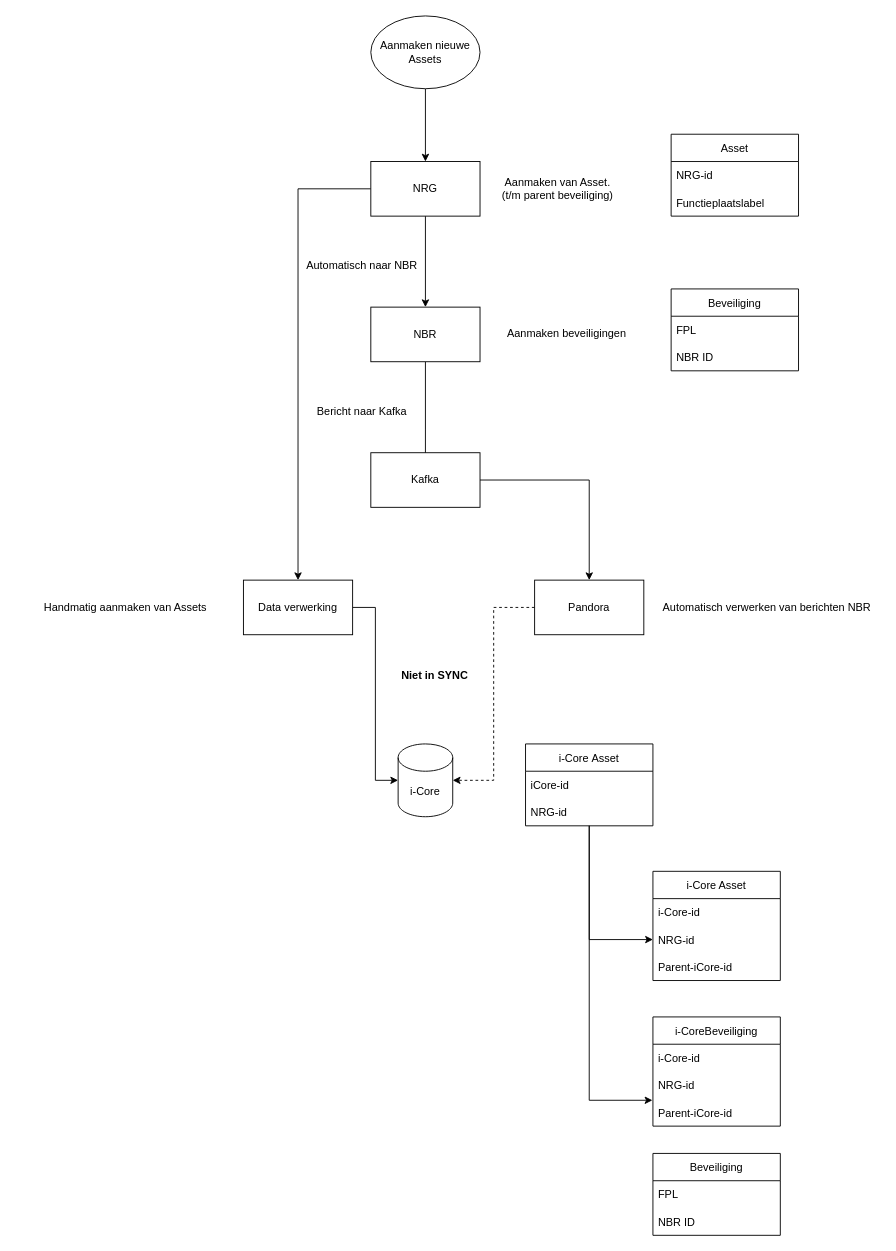
Earlier version of the draw.io diagram Diagrams/Untitled Diagram.drawio (eleemans/Diagrams). Source tidied: cells renumbered, new cells numbered last; positions are measured from the earlier drawing's top-left corner, leaving out a move shared by most shapes. Both pictures are drawn from the tidied source at 91%, with x=0, y=0 at pixel (34, 15).
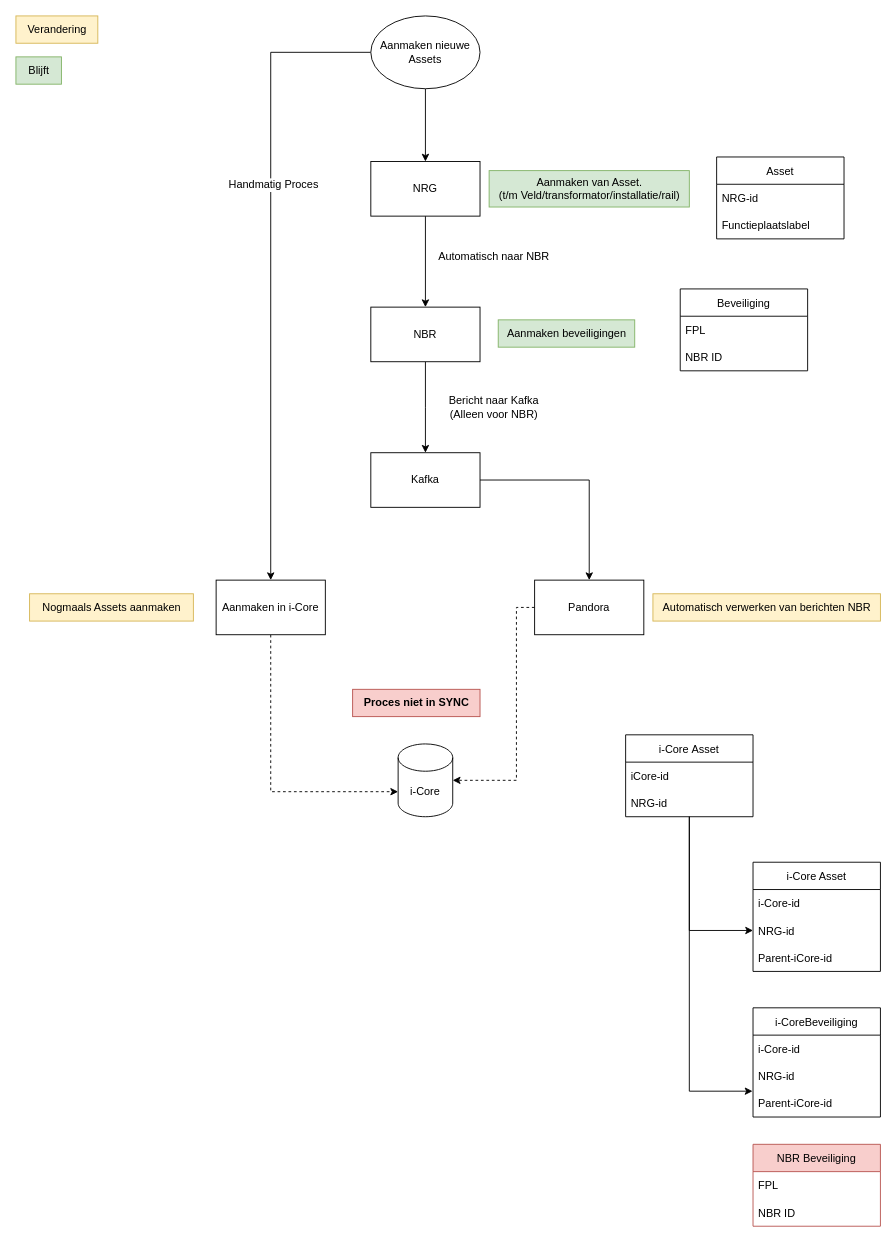
The same diagram, later.

Unchanged cells that the change refers to:
```xml
<mxCell id="4" value="NRG" style="rounded=0;whiteSpace=wrap;html=1;" parent="1" vertex="1">
  <mxGeometry x="370" y="160" width="120" height="60" as="geometry" />
</mxCell>
<mxCell id="6" value="Pandora" style="rounded=0;whiteSpace=wrap;html=1;" parent="1" vertex="1">
  <mxGeometry x="550" y="620" width="120" height="60" as="geometry" />
</mxCell>
<mxCell id="7" value="i-Core" style="shape=cylinder3;whiteSpace=wrap;html=1;boundedLbl=1;backgroundOutline=1;size=15;" parent="1" vertex="1">
  <mxGeometry x="400" y="800" width="60" height="80" as="geometry" />
</mxCell>
<mxCell id="10" value="Aanmaken nieuwe Assets" style="ellipse;whiteSpace=wrap;html=1;" parent="1" vertex="1">
  <mxGeometry x="370" width="120" height="80" as="geometry" />
</mxCell>
<mxCell id="15" value="NBR" style="rounded=0;whiteSpace=wrap;html=1;" parent="1" vertex="1">
  <mxGeometry x="370" y="320" width="120" height="60" as="geometry" />
</mxCell>
```

The edit, as a diff of the source:
```diff
@@
-    <mxCell id="3" style="edgeStyle=orthogonalEdgeStyle;rounded=0;jettySize=auto;html=1;" parent="1" edge="1" source="4" target="26">
-      <mxGeometry relative="1" as="geometry" />
+    <mxCell id="3" style="edgeStyle=orthogonalEdgeStyle;rounded=0;jettySize=auto;html=1;exitX=0;exitY=0.5;exitDx=0;exitDy=0;fillColor=#1ba1e2;strokeColor=#000000;entryX=0.5;entryY=0;entryDx=0;entryDy=0;" parent="1" edge="1" source="10" target="49">
+      <mxGeometry relative="1" as="geometry">
+        <Array as="points">
+          <mxPoint x="260" y="40" />
+        </Array>
+      </mxGeometry>
     </mxCell>
+    <mxCell id="45" value="Handmatig Proces" style="edgeLabel;html=1;align=center;verticalAlign=middle;fontSize=12;" parent="3" vertex="1">
+      <mxGeometry x="-0.26" y="2" relative="1" as="geometry" />
+    </mxCell>
@@
     <mxCell id="5" style="edgeStyle=orthogonalEdgeStyle;rounded=0;jettySize=auto;html=1;exitX=0;exitY=0.5;exitDx=0;exitDy=0;entryX=1;entryY=0.5;entryDx=0;entryDy=0;entryPerimeter=0;dashed=1;" parent="1" edge="1" source="6" target="7">
-      <mxGeometry relative="1" as="geometry" />
+      <mxGeometry relative="1" as="geometry">
+        <Array as="points">
+          <mxPoint x="530" y="650" />
+          <mxPoint x="530" y="840" />
+        </Array>
+      </mxGeometry>
     </mxCell>
@@
-    <mxCell id="8" value="Aanmaken van Asset.&lt;br&gt;(t/m parent beveiliging)" style="text;html=1;align=center;verticalAlign=middle;strokeColor=none;fillColor=none;" parent="1" vertex="1">
-      <mxGeometry x="500" y="170" width="150" height="40" as="geometry" />
+    <mxCell id="8" value="Aanmaken van Asset.&lt;br&gt;(t/m Veld/transformator/installatie/rail)" style="text;html=1;align=center;verticalAlign=middle;strokeColor=#82b366;fillColor=#d5e8d4;" parent="1" vertex="1">
+      <mxGeometry x="500" y="170" width="220" height="40" as="geometry" />
     </mxCell>
@@
     <mxCell id="11" value="Asset" style="swimlane;fontStyle=0;horizontal=1;startSize=30;" parent="1" vertex="1">
-      <mxGeometry x="700" y="130" width="140" height="90" as="geometry" />
+      <mxGeometry x="750" y="155" width="140" height="90" as="geometry" />
     </mxCell>
@@
     <mxCell id="14" style="edgeStyle=orthogonalEdgeStyle;rounded=0;jettySize=auto;html=1;" parent="1" edge="1" source="15">
       <mxGeometry relative="1" as="geometry">
-        <mxPoint x="430" y="530" as="targetPoint" />
+        <mxPoint x="430" y="480" as="targetPoint" />
       </mxGeometry>
     </mxCell>
@@
     <mxCell id="16" value="Automatisch naar NBR" style="text;html=1;align=center;verticalAlign=middle;strokeColor=none;fillColor=none;" parent="1" vertex="1">
-      <mxGeometry x="285" y="260" width="150" height="30" as="geometry" />
+      <mxGeometry x="430" y="250" width="150" height="30" as="geometry" />
     </mxCell>
     <mxCell id="17" value="Beveiliging" style="swimlane;fontStyle=0;horizontal=1;startSize=30;" parent="1" vertex="1">
-      <mxGeometry x="700" y="300" width="140" height="90" as="geometry" />
+      <mxGeometry x="710" y="300" width="140" height="90" as="geometry" />
     </mxCell>
@@
-    <mxCell id="20" value="Aanmaken beveiligingen" style="text;html=1;align=center;verticalAlign=middle;strokeColor=none;fillColor=none;" parent="1" vertex="1">
+    <mxCell id="20" value="Aanmaken beveiligingen" style="text;html=1;align=center;verticalAlign=middle;strokeColor=#82b366;fillColor=#d5e8d4;" parent="1" vertex="1">
       <mxGeometry x="510" y="334" width="150" height="30" as="geometry" />
     </mxCell>
@@
-    <mxCell id="23" value="Bericht naar Kafka" style="text;html=1;align=center;verticalAlign=middle;strokeColor=none;fillColor=none;" parent="1" vertex="1">
-      <mxGeometry x="300" y="420" width="120" height="30" as="geometry" />
-    </mxCell>
-    <mxCell id="24" value="Automatisch verwerken van berichten NBR" style="text;html=1;align=center;verticalAlign=middle;strokeColor=none;fillColor=none;" parent="1" vertex="1">
+    <mxCell id="24" value="Automatisch verwerken van berichten NBR" style="text;html=1;align=center;verticalAlign=middle;strokeColor=#d6b656;fillColor=#fff2cc;" parent="1" vertex="1">
       <mxGeometry x="680" y="635" width="250" height="30" as="geometry" />
     </mxCell>
-    <mxCell id="25" style="edgeStyle=orthogonalEdgeStyle;rounded=0;jettySize=auto;html=1;entryX=0;entryY=0.5;entryDx=0;entryDy=0;entryPerimeter=0;" parent="1" edge="1" source="26" target="7">
-      <mxGeometry relative="1" as="geometry" />
-    </mxCell>
-    <mxCell id="26" value="Data verwerking" style="rounded=0;whiteSpace=wrap;html=1;" parent="1" vertex="1">
-      <mxGeometry x="230" y="620" width="120" height="60" as="geometry" />
-    </mxCell>
-    <mxCell id="27" value="Handmatig aanmaken van Assets" style="text;html=1;align=center;verticalAlign=middle;strokeColor=none;fillColor=none;" parent="1" vertex="1">
-      <mxGeometry y="635" width="200" height="30" as="geometry" />
-    </mxCell>
@@
     <mxCell id="30" value="i-Core Asset" style="swimlane;fontStyle=0;horizontal=1;startSize=30;" parent="1" vertex="1">
-      <mxGeometry x="540" y="800" width="140" height="90" as="geometry" />
+      <mxGeometry x="650" y="790" width="140" height="90" as="geometry" />
     </mxCell>
@@
     <mxCell id="33" value="i-Core Asset" style="swimlane;fontStyle=0;horizontal=1;startSize=30;" parent="1" vertex="1">
-      <mxGeometry x="680" y="940" width="140" height="120" as="geometry" />
+      <mxGeometry x="790" y="930" width="140" height="120" as="geometry" />
     </mxCell>
@@
     <mxCell id="37" value="i-CoreBeveiliging" style="swimlane;fontStyle=0;horizontal=1;startSize=30;" parent="1" vertex="1">
-      <mxGeometry x="680" y="1100" width="140" height="120" as="geometry" />
+      <mxGeometry x="790" y="1090" width="140" height="120" as="geometry" />
     </mxCell>
@@
-    <mxCell id="41" value="&lt;b&gt;Niet in SYNC&lt;/b&gt;" style="text;html=1;align=center;verticalAlign=middle;strokeColor=none;fillColor=none;" parent="1" vertex="1">
-      <mxGeometry x="390" y="710" width="100" height="30" as="geometry" />
+    <mxCell id="41" value="&lt;b&gt;Proces niet in SYNC&lt;/b&gt;" style="text;html=1;align=center;verticalAlign=middle;strokeColor=#b85450;fillColor=#f8cecc;" parent="1" vertex="1">
+      <mxGeometry x="350" y="740" width="140" height="30" as="geometry" />
     </mxCell>
-    <mxCell id="42" value="Beveiliging" style="swimlane;fontStyle=0;horizontal=1;startSize=30;" parent="1" vertex="1">
-      <mxGeometry x="680" y="1250" width="140" height="90" as="geometry" />
+    <mxCell id="42" value="NBR Beveiliging" style="swimlane;fontStyle=0;horizontal=1;startSize=30;fillColor=#f8cecc;strokeColor=#b85450;" parent="1" vertex="1">
+      <mxGeometry x="790" y="1240" width="140" height="90" as="geometry" />
     </mxCell>
@@
+    <mxCell id="23" value="Bericht naar Kafka &lt;br&gt;(Alleen voor NBR)" style="text;html=1;align=center;verticalAlign=middle;strokeColor=none;fillColor=none;" parent="1" vertex="1">
+      <mxGeometry x="445" y="410" width="120" height="40" as="geometry" />
+    </mxCell>
+    <mxCell id="46" value="Verandering" style="text;html=1;align=center;verticalAlign=middle;strokeColor=#d6b656;fillColor=#fff2cc;" parent="1" vertex="1">
+      <mxGeometry x="-20" width="90" height="30" as="geometry" />
+    </mxCell>
+    <mxCell id="47" value="Blijft&lt;br&gt;" style="text;html=1;align=center;verticalAlign=middle;strokeColor=#82b366;fillColor=#d5e8d4;" parent="1" vertex="1">
+      <mxGeometry x="-20" y="45" width="50" height="30" as="geometry" />
+    </mxCell>
+    <mxCell id="48" style="edgeStyle=orthogonalEdgeStyle;rounded=0;jettySize=auto;html=1;exitX=0.5;exitY=1;exitDx=0;exitDy=0;entryX=0;entryY=0;entryDx=0;entryDy=52.5;entryPerimeter=0;dashed=1;strokeColor=#000000;fontSize=12;" parent="1" edge="1" source="49" target="7">
+      <mxGeometry relative="1" as="geometry" />
+    </mxCell>
+    <mxCell id="49" value="Aanmaken in i-Core" style="rounded=0;whiteSpace=wrap;html=1;" parent="1" vertex="1">
+      <mxGeometry x="200" y="620" width="120" height="60" as="geometry" />
+    </mxCell>
+    <mxCell id="50" value="Nogmaals Assets aanmaken" style="text;html=1;align=center;verticalAlign=middle;strokeColor=#d6b656;fillColor=#fff2cc;fontSize=12;" parent="1" vertex="1">
+      <mxGeometry x="-5" y="635" width="180" height="30" as="geometry" />
+    </mxCell>
```
